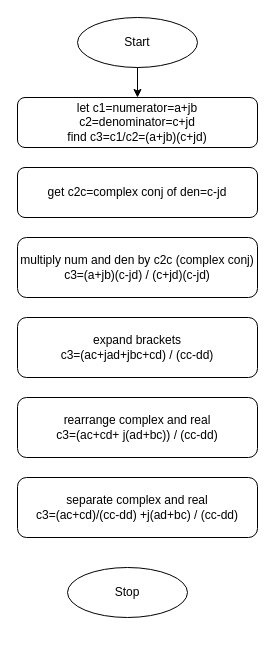
deeperj/rust keeps this draw.io diagram as schema/complexdiv.drawio. Above is the earlier version. Source tidied: cells renumbered, new cells numbered last; positions are measured from the earlier drawing's top-left corner, leaving out a move shared by most shapes. Both pictures are drawn from the tidied source at 100%, with x=0, y=0 at pixel (17, 17).
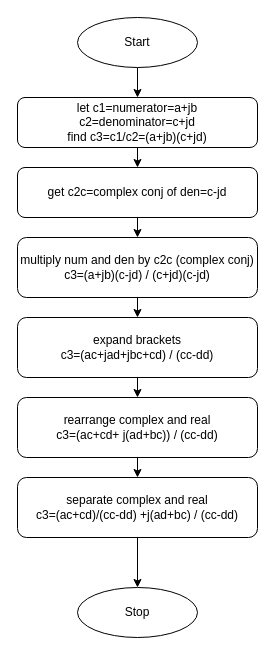
The same diagram, later.

Change to the diagram source:
```diff
@@
 <mxGraphModel>
   <root>
     <mxCell id="0" />
     <mxCell id="1" parent="0" />
+    <mxCell id="11" style="edgeStyle=orthogonalEdgeStyle;rounded=0;jettySize=auto;html=1;exitX=0.5;exitY=1;exitDx=0;exitDy=0;entryX=0.5;entryY=0;entryDx=0;entryDy=0;" parent="1" edge="1" source="2" target="5">
+      <mxGeometry relative="1" as="geometry" />
+    </mxCell>
     <mxCell id="2" value="let c1=numerator=a+jb&lt;br&gt;c2=denominator=c+jd&lt;br&gt;find c3=c1/c2=(a+jb)(c+jd)" style="rounded=1;whiteSpace=wrap;html=1;" parent="1" vertex="1">
       <mxGeometry y="80" width="240" height="50" as="geometry" />
     </mxCell>
     <mxCell id="3" style="edgeStyle=orthogonalEdgeStyle;rounded=0;jettySize=auto;html=1;exitX=0.5;exitY=1;exitDx=0;exitDy=0;entryX=0.5;entryY=0;entryDx=0;entryDy=0;" parent="1" edge="1" source="4" target="2">
       <mxGeometry relative="1" as="geometry" />
     </mxCell>
     <mxCell id="4" value="Start" style="ellipse;whiteSpace=wrap;html=1;" parent="1" vertex="1">
       <mxGeometry x="60" width="120" height="50" as="geometry" />
     </mxCell>
+    <mxCell id="12" style="edgeStyle=orthogonalEdgeStyle;rounded=0;jettySize=auto;html=1;exitX=0.5;exitY=1;exitDx=0;exitDy=0;entryX=0.5;entryY=0;entryDx=0;entryDy=0;" parent="1" edge="1" source="5" target="6">
+      <mxGeometry relative="1" as="geometry" />
+    </mxCell>
     <mxCell id="5" value="get c2c=complex conj of den=c-jd" style="rounded=1;whiteSpace=wrap;html=1;" parent="1" vertex="1">
       <mxGeometry y="150" width="240" height="50" as="geometry" />
     </mxCell>
+    <mxCell id="13" style="edgeStyle=orthogonalEdgeStyle;rounded=0;jettySize=auto;html=1;exitX=0.5;exitY=1;exitDx=0;exitDy=0;entryX=0.5;entryY=0;entryDx=0;entryDy=0;" parent="1" edge="1" source="6" target="7">
+      <mxGeometry relative="1" as="geometry" />
+    </mxCell>
     <mxCell id="6" value="multiply num and den by c2c (complex conj)&lt;br&gt;c3=(a+jb)(c-jd) / (c+jd)(c-jd)&lt;br&gt;" style="rounded=1;whiteSpace=wrap;html=1;" parent="1" vertex="1">
       <mxGeometry y="220" width="240" height="60" as="geometry" />
     </mxCell>
+    <mxCell id="14" style="edgeStyle=orthogonalEdgeStyle;rounded=0;jettySize=auto;html=1;exitX=0.5;exitY=1;exitDx=0;exitDy=0;entryX=0.5;entryY=0;entryDx=0;entryDy=0;" parent="1" edge="1" source="7" target="8">
+      <mxGeometry relative="1" as="geometry" />
+    </mxCell>
     <mxCell id="7" value="expand brackets&lt;br&gt;c3=(ac+jad+jbc+cd) / (cc-dd)" style="rounded=1;whiteSpace=wrap;html=1;" parent="1" vertex="1">
       <mxGeometry y="300" width="240" height="60" as="geometry" />
     </mxCell>
+    <mxCell id="15" style="edgeStyle=orthogonalEdgeStyle;rounded=0;jettySize=auto;html=1;exitX=0.5;exitY=1;exitDx=0;exitDy=0;entryX=0.5;entryY=0;entryDx=0;entryDy=0;" parent="1" edge="1" source="8" target="9">
+      <mxGeometry relative="1" as="geometry" />
+    </mxCell>
     <mxCell id="8" value="rearrange complex and real&lt;br&gt;c3=(ac+cd+ j(ad+bc)) / (cc-dd)" style="rounded=1;whiteSpace=wrap;html=1;" parent="1" vertex="1">
       <mxGeometry y="380" width="240" height="60" as="geometry" />
     </mxCell>
+    <mxCell id="16" style="edgeStyle=orthogonalEdgeStyle;rounded=0;jettySize=auto;html=1;exitX=0.5;exitY=1;exitDx=0;exitDy=0;entryX=0.5;entryY=0;entryDx=0;entryDy=0;" parent="1" edge="1" source="9" target="10">
+      <mxGeometry relative="1" as="geometry" />
+    </mxCell>
     <mxCell id="9" value="separate complex and real&lt;br&gt;c3=(ac+cd)/(cc-dd) +j(ad+bc) / (cc-dd)" style="rounded=1;whiteSpace=wrap;html=1;" parent="1" vertex="1">
       <mxGeometry y="460" width="240" height="60" as="geometry" />
     </mxCell>
     <mxCell id="10" value="Stop" style="ellipse;whiteSpace=wrap;html=1;" parent="1" vertex="1">
-      <mxGeometry x="50" y="550" width="120" height="50" as="geometry" />
+      <mxGeometry x="60" y="570" width="120" height="50" as="geometry" />
     </mxCell>
   </root>
 </mxGraphModel>
```
